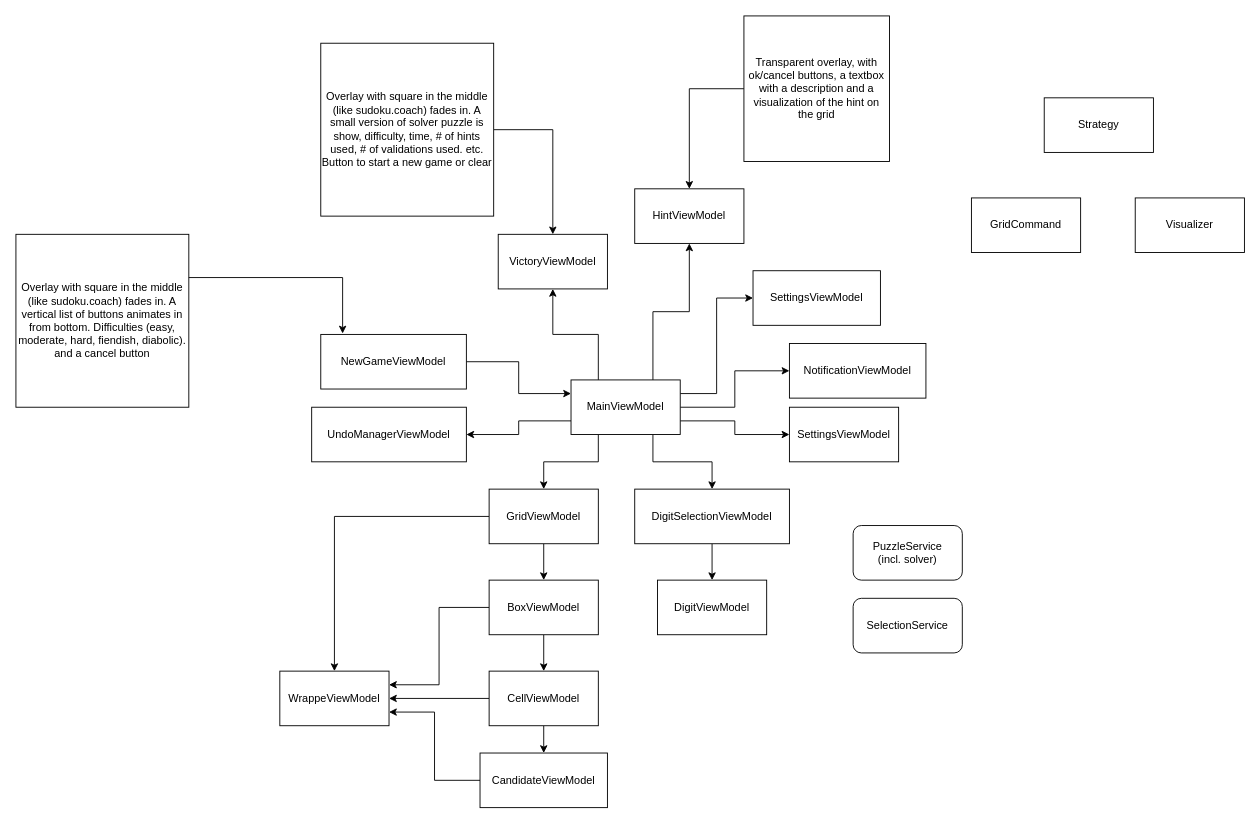
Earlier version of the draw.io diagram Documentation/Architecture.drawio (lycilph/SudokuSolver). Source tidied: cells renumbered, new cells numbered last; positions are measured from the earlier drawing's top-left corner, leaving out a move shared by most shapes. Both pictures are drawn from the tidied source at 91%, with x=0, y=0 at pixel (15, 15).
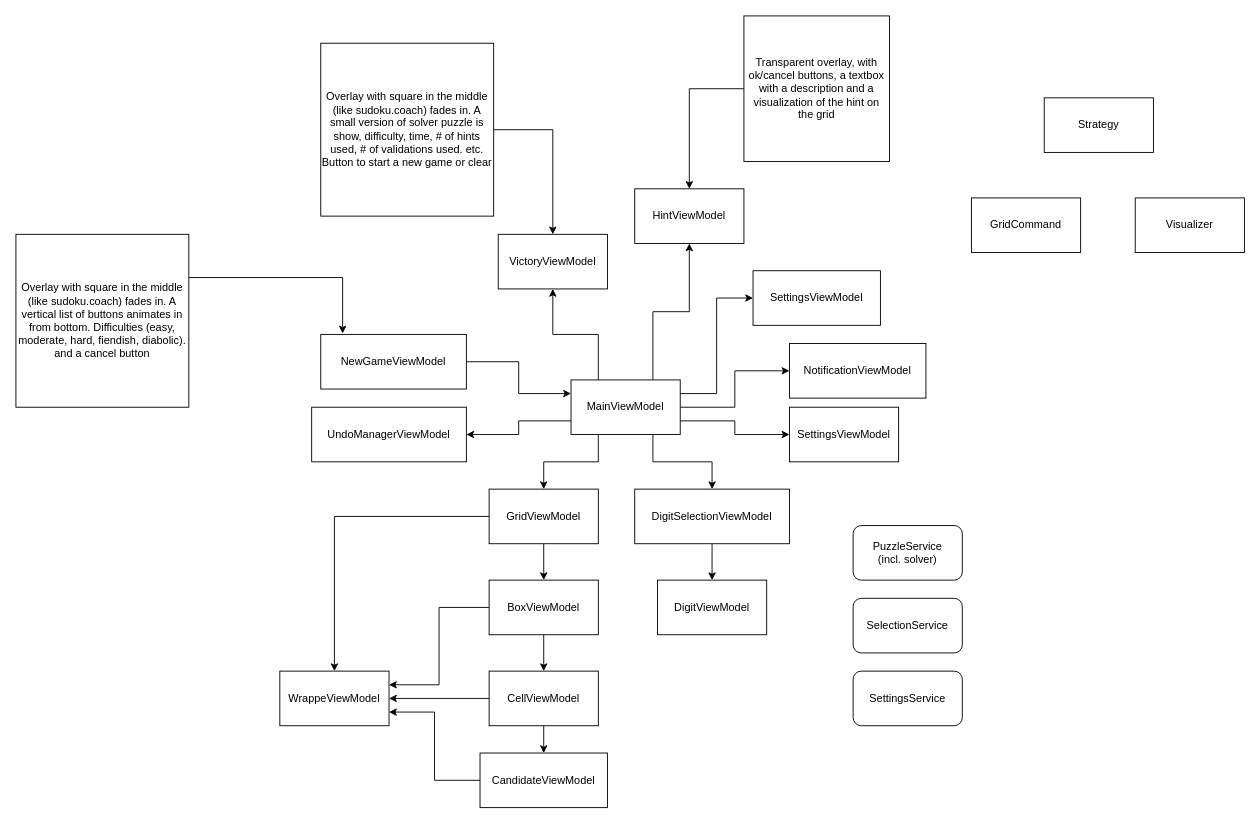
Above is the later version.

The edit, as a diff of the source:
```diff
@@
+    <mxCell id="45" value="SettingsService" style="rounded=1;whiteSpace=wrap;html=1;" parent="1" vertex="1">
+      <mxGeometry x="920" y="720" width="120" height="60" as="geometry" />
+    </mxCell>
```
